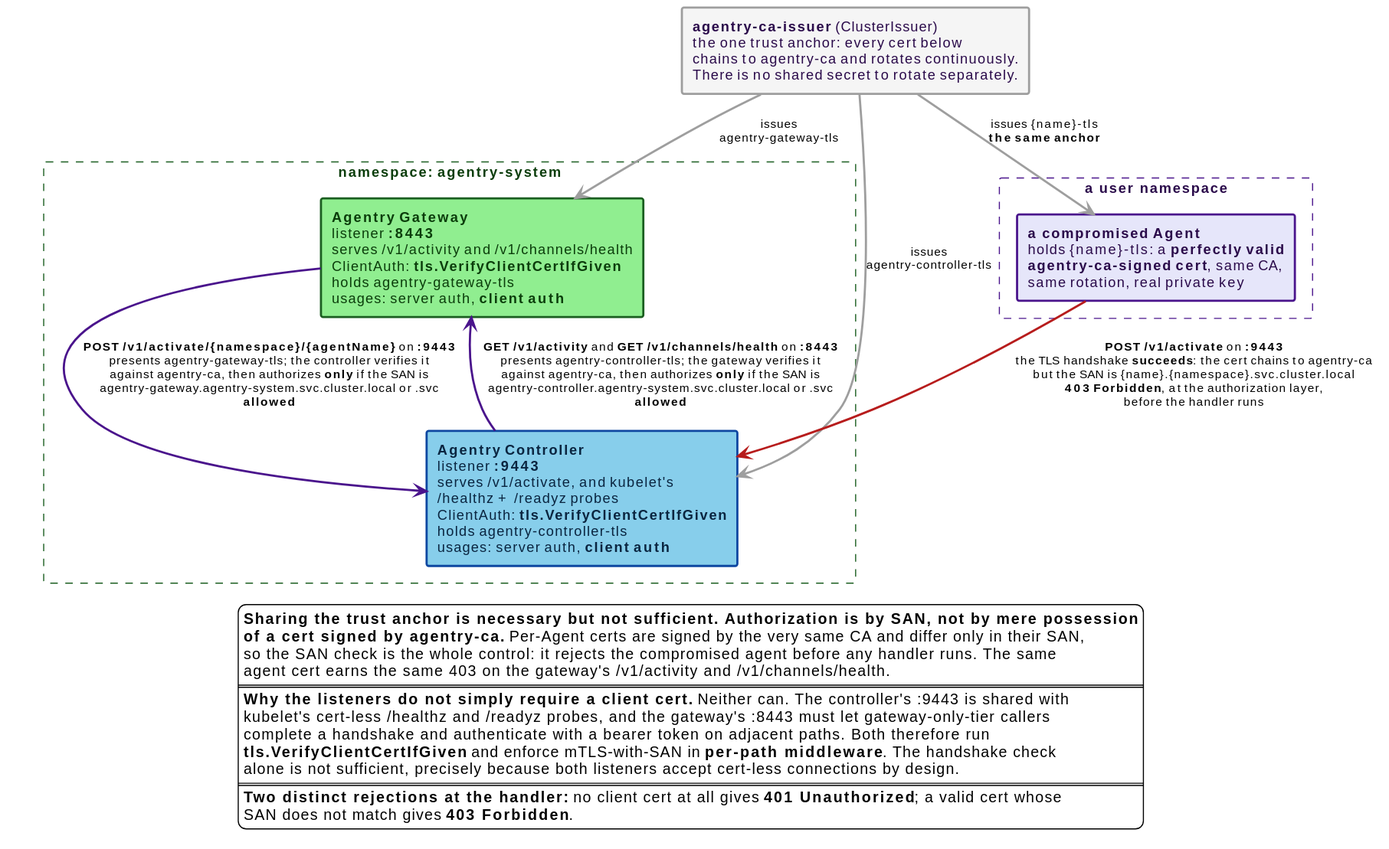
Before: docs/src/diagrams/internal-endpoint-san.svg, a diagram exported from PlantUML (win07xp/kaalm).
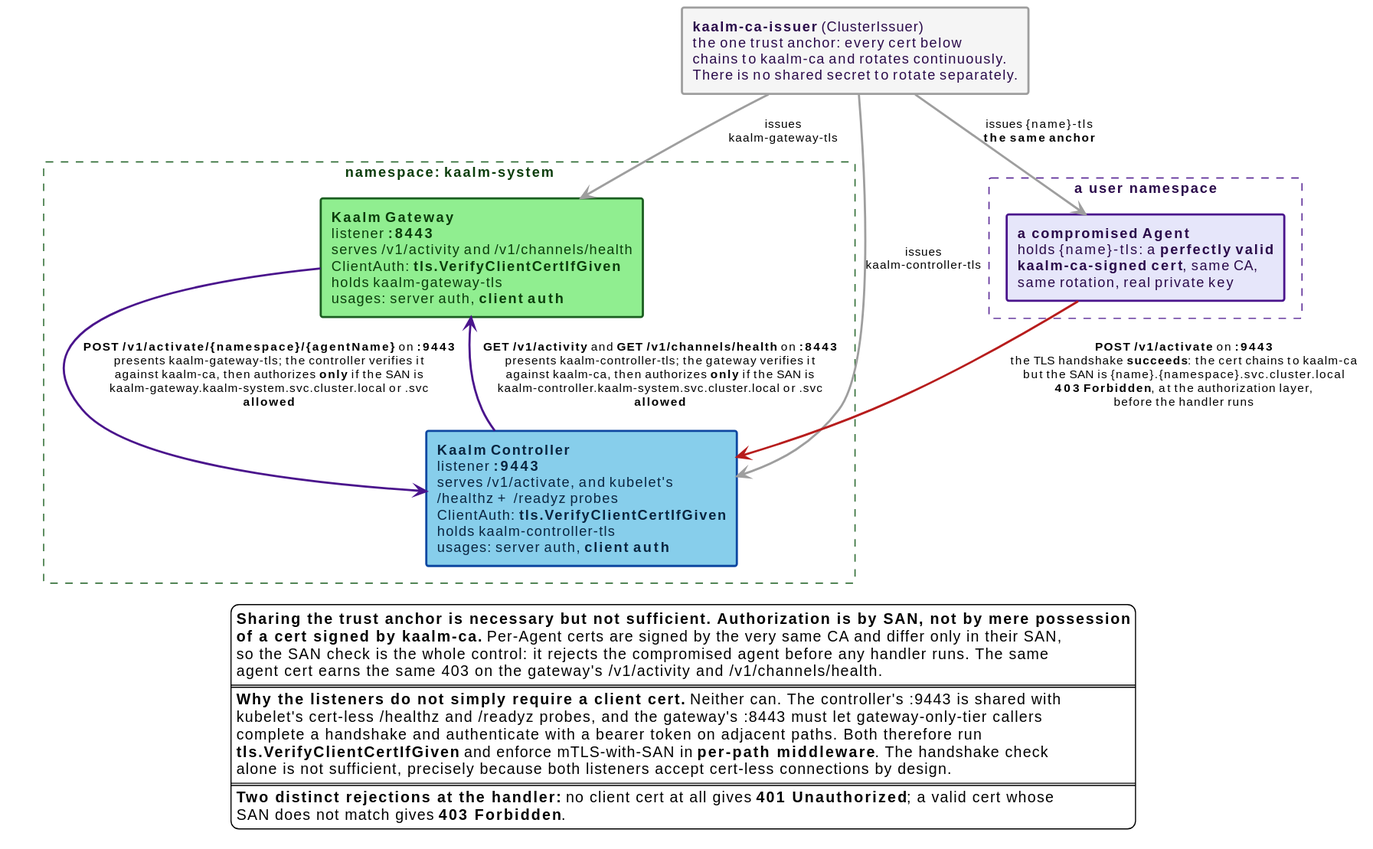
The same file after the commit.

Change to the diagram source:
```diff
@@ -8,31 +8,31 @@
   roundCorner 4
 }
 
-rectangle "**agentry-ca-issuer** (ClusterIssuer)\nthe one trust anchor: every cert below\nchains to agentry-ca and rotates continuously.\nThere is no shared secret to rotate separately." as CA #back:F5F5F5;line:9E9E9E;line.bold;text:2a0a4a
+rectangle "**kaalm-ca-issuer** (ClusterIssuer)\nthe one trust anchor: every cert below\nchains to kaalm-ca and rotates continuously.\nThere is no shared secret to rotate separately." as CA #back:F5F5F5;line:9E9E9E;line.bold;text:2a0a4a
 
-rectangle "namespace: **agentry-system**" as nssys #line:1B5E20;line.dashed;text:0b3d0b {
-  rectangle "**Agentry Gateway**\nlistener **:8443**\nserves /v1/activity and /v1/channels/health\nClientAuth: **tls.VerifyClientCertIfGiven**\nholds agentry-gateway-tls\nusages: server auth, **client auth**" as GW #back:90EE90;line:1B5E20;line.bold;text:0b3d0b
+rectangle "namespace: **kaalm-system**" as nssys #line:1B5E20;line.dashed;text:0b3d0b {
+  rectangle "**Kaalm Gateway**\nlistener **:8443**\nserves /v1/activity and /v1/channels/health\nClientAuth: **tls.VerifyClientCertIfGiven**\nholds kaalm-gateway-tls\nusages: server auth, **client auth**" as GW #back:90EE90;line:1B5E20;line.bold;text:0b3d0b
 
-  rectangle "**Agentry Controller**\nlistener **:9443**\nserves /v1/activate, and kubelet's\n/healthz + /readyz probes\nClientAuth: **tls.VerifyClientCertIfGiven**\nholds agentry-controller-tls\nusages: server auth, **client auth**" as CTRL #back:87CEEB;line:0D47A1;line.bold;text:0a2540
+  rectangle "**Kaalm Controller**\nlistener **:9443**\nserves /v1/activate, and kubelet's\n/healthz + /readyz probes\nClientAuth: **tls.VerifyClientCertIfGiven**\nholds kaalm-controller-tls\nusages: server auth, **client auth**" as CTRL #back:87CEEB;line:0D47A1;line.bold;text:0a2540
 }
 
 rectangle "a user namespace" as nsuser #line:4A148C;line.dashed;text:2a0a4a {
-  rectangle "**a compromised Agent**\nholds {name}-tls: a **perfectly valid**\n**agentry-ca-signed cert**, same CA,\nsame rotation, real private key" as AG #back:E6E6FA;line:4A148C;line.bold;text:2a0a4a
+  rectangle "**a compromised Agent**\nholds {name}-tls: a **perfectly valid**\n**kaalm-ca-signed cert**, same CA,\nsame rotation, real private key" as AG #back:E6E6FA;line:4A148C;line.bold;text:2a0a4a
 }
 
-CA -[#9E9E9E,bold]-> GW : issues\nagentry-gateway-tls
-CA -[#9E9E9E,bold]-> CTRL : issues\nagentry-controller-tls
+CA -[#9E9E9E,bold]-> GW : issues\nkaalm-gateway-tls
+CA -[#9E9E9E,bold]-> CTRL : issues\nkaalm-controller-tls
 CA -[#9E9E9E,bold]-> AG : issues {name}-tls\n**the same anchor**
 
-GW -[#4A148C,bold]-> CTRL : **POST /v1/activate/{namespace}/{agentName}** on **:9443**\npresents agentry-gateway-tls; the controller verifies it\nagainst agentry-ca, then authorizes **only** if the SAN is\nagentry-gateway.agentry-system.svc.cluster.local or .svc\n**allowed**
+GW -[#4A148C,bold]-> CTRL : **POST /v1/activate/{namespace}/{agentName}** on **:9443**\npresents kaalm-gateway-tls; the controller verifies it\nagainst kaalm-ca, then authorizes **only** if the SAN is\nkaalm-gateway.kaalm-system.svc.cluster.local or .svc\n**allowed**
 
-CTRL -[#4A148C,bold]-> GW : **GET /v1/activity** and **GET /v1/channels/health** on **:8443**\npresents agentry-controller-tls; the gateway verifies it\nagainst agentry-ca, then authorizes **only** if the SAN is\nagentry-controller.agentry-system.svc.cluster.local or .svc\n**allowed**
+CTRL -[#4A148C,bold]-> GW : **GET /v1/activity** and **GET /v1/channels/health** on **:8443**\npresents kaalm-controller-tls; the gateway verifies it\nagainst kaalm-ca, then authorizes **only** if the SAN is\nkaalm-controller.kaalm-system.svc.cluster.local or .svc\n**allowed**
 
-AG -[#B71C1C,bold]-> CTRL : **POST /v1/activate** on **:9443**\nthe TLS handshake **succeeds**: the cert chains to agentry-ca\nbut the SAN is {name}.{namespace}.svc.cluster.local\n**403 Forbidden**, at the authorization layer,\nbefore the handler runs
+AG -[#B71C1C,bold]-> CTRL : **POST /v1/activate** on **:9443**\nthe TLS handshake **succeeds**: the cert chains to kaalm-ca\nbut the SAN is {name}.{namespace}.svc.cluster.local\n**403 Forbidden**, at the authorization layer,\nbefore the handler runs
 
 legend bottom
   **Sharing the trust anchor is necessary but not sufficient. Authorization is by SAN, not by mere possession**
-  **of a cert signed by agentry-ca.** Per-Agent certs are signed by the very same CA and differ only in their SAN,
+  **of a cert signed by kaalm-ca.** Per-Agent certs are signed by the very same CA and differ only in their SAN,
   so the SAN check is the whole control: it rejects the compromised agent before any handler runs. The same
   agent cert earns the same 403 on the gateway's /v1/activity and /v1/channels/health.
   ====
```
